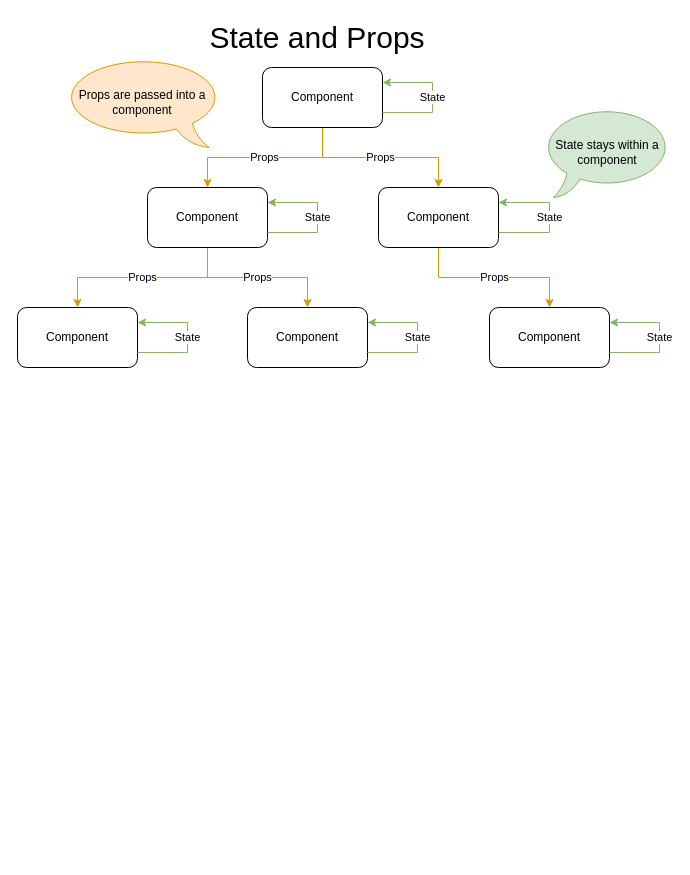
Before: page "Components" (1 of 2) of diagrams/diagrams.drawio in pgeeh/first-to-react, a draw.io diagram. Source tidied: cells renumbered, new cells numbered last; positions are measured from the earlier drawing's top-left corner, leaving out a move shared by most shapes. Both pictures are drawn from the tidied source at 100%, with x=0, y=0 at pixel (17, 17).
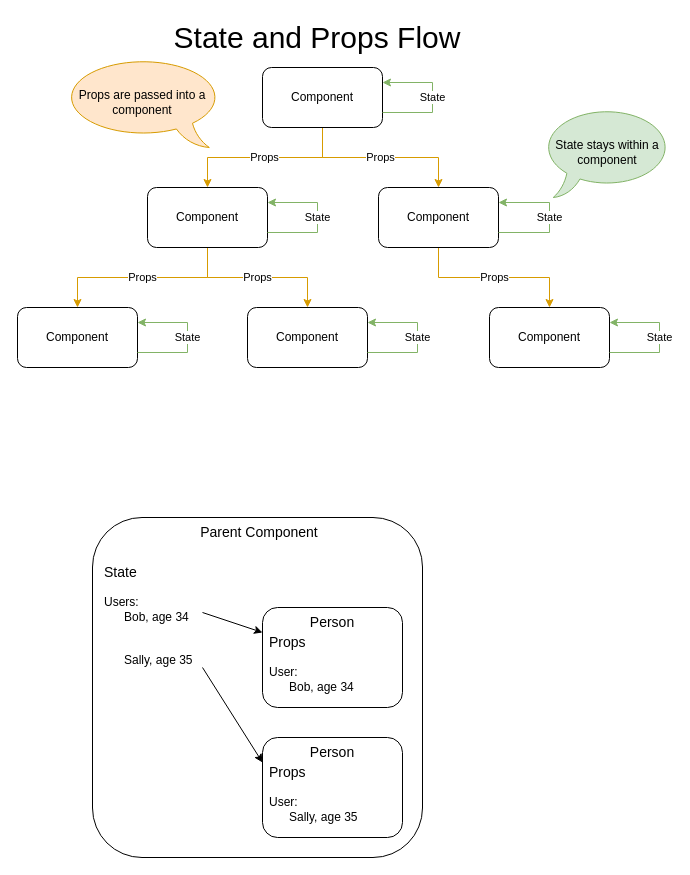
The same page after the edit.

Change to the diagram source:
```diff
@@
-    <mxCell id="21" value="State and Props" style="text;html=1;strokeColor=none;fillColor=none;align=center;verticalAlign=middle;whiteSpace=wrap;rounded=0;fontSize=30;" parent="1" vertex="1">
+    <mxCell id="21" value="State and Props Flow" style="text;html=1;strokeColor=none;fillColor=none;align=center;verticalAlign=middle;whiteSpace=wrap;rounded=0;fontSize=30;" parent="1" vertex="1">
       <mxGeometry x="85" width="430" height="40" as="geometry" />
     </mxCell>
+    <mxCell id="22" value="&amp;nbsp;Parent Component" style="rounded=1;whiteSpace=wrap;html=1;verticalAlign=top;fontSize=14;" parent="1" vertex="1">
+      <mxGeometry x="75" y="500" width="330" height="340" as="geometry" />
+    </mxCell>
+    <mxCell id="23" value="Person" style="rounded=1;whiteSpace=wrap;html=1;verticalAlign=top;fontSize=14;" parent="1" vertex="1">
+      <mxGeometry x="245" y="590" width="140" height="100" as="geometry" />
+    </mxCell>
+    <mxCell id="24" value="&lt;font style=&quot;font-size: 14px&quot;&gt;State&lt;/font&gt;&lt;br&gt;&lt;br&gt;Users:&amp;nbsp;&lt;br&gt;&amp;nbsp; &amp;nbsp; &amp;nbsp; Bob, age 34&lt;br&gt;&lt;br&gt;&lt;br&gt;&amp;nbsp; &amp;nbsp; &amp;nbsp; Sally, age 35" style="text;html=1;strokeColor=none;fillColor=none;align=left;verticalAlign=top;whiteSpace=wrap;rounded=0;" parent="1" vertex="1">
+      <mxGeometry x="85" y="540" width="100" height="110" as="geometry" />
+    </mxCell>
+    <mxCell id="25" value="Person" style="rounded=1;whiteSpace=wrap;html=1;verticalAlign=top;fontSize=14;" parent="1" vertex="1">
+      <mxGeometry x="245" y="720" width="140" height="100" as="geometry" />
+    </mxCell>
+    <mxCell id="26" style="endArrow=classic;html=1;entryX=0;entryY=0.25;entryDx=0;entryDy=0;exitX=1;exitY=0.5;exitDx=0;exitDy=0;" parent="1" edge="1" source="24" target="23">
+      <mxGeometry relative="1" as="geometry" />
+    </mxCell>
+    <mxCell id="27" style="endArrow=classic;html=1;entryX=0;entryY=0.25;entryDx=0;entryDy=0;exitX=1;exitY=1;exitDx=0;exitDy=0;" parent="1" edge="1" source="24" target="25">
+      <mxGeometry relative="1" as="geometry" />
+    </mxCell>
+    <mxCell id="28" value="&lt;font style=&quot;font-size: 14px&quot;&gt;Props&lt;/font&gt;&lt;br&gt;&lt;br&gt;User:&amp;nbsp;&lt;br&gt;&amp;nbsp; &amp;nbsp; &amp;nbsp; Bob, age 34" style="text;html=1;strokeColor=none;fillColor=none;align=left;verticalAlign=top;whiteSpace=wrap;rounded=0;" parent="1" vertex="1">
+      <mxGeometry x="250" y="610" width="100" height="70" as="geometry" />
+    </mxCell>
+    <mxCell id="29" value="&lt;font style=&quot;font-size: 14px&quot;&gt;Props&lt;/font&gt;&lt;br&gt;&lt;br&gt;User:&amp;nbsp;&lt;br&gt;&amp;nbsp; &amp;nbsp; &amp;nbsp; Sally, age 35" style="text;html=1;strokeColor=none;fillColor=none;align=left;verticalAlign=top;whiteSpace=wrap;rounded=0;" parent="1" vertex="1">
+      <mxGeometry x="250" y="740" width="100" height="70" as="geometry" />
+    </mxCell>
```
